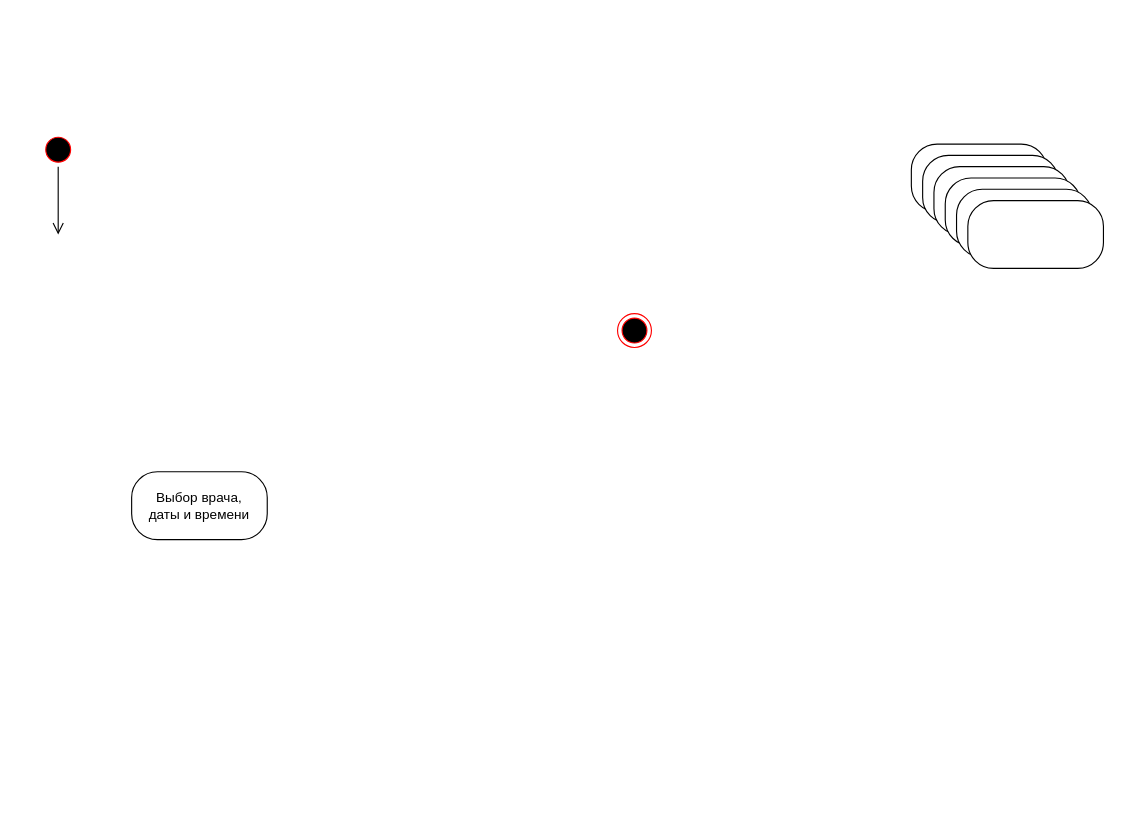
This is acms6_1.drawio from v-tempe/draw.io, a draw.io file, before an edit. Source tidied: cells renumbered, new cells numbered last; positions are measured from the earlier drawing's top-left corner, leaving out a move shared by most shapes. Both pictures are drawn from the tidied source at 113%, with x=0, y=0 at pixel (41, 132).
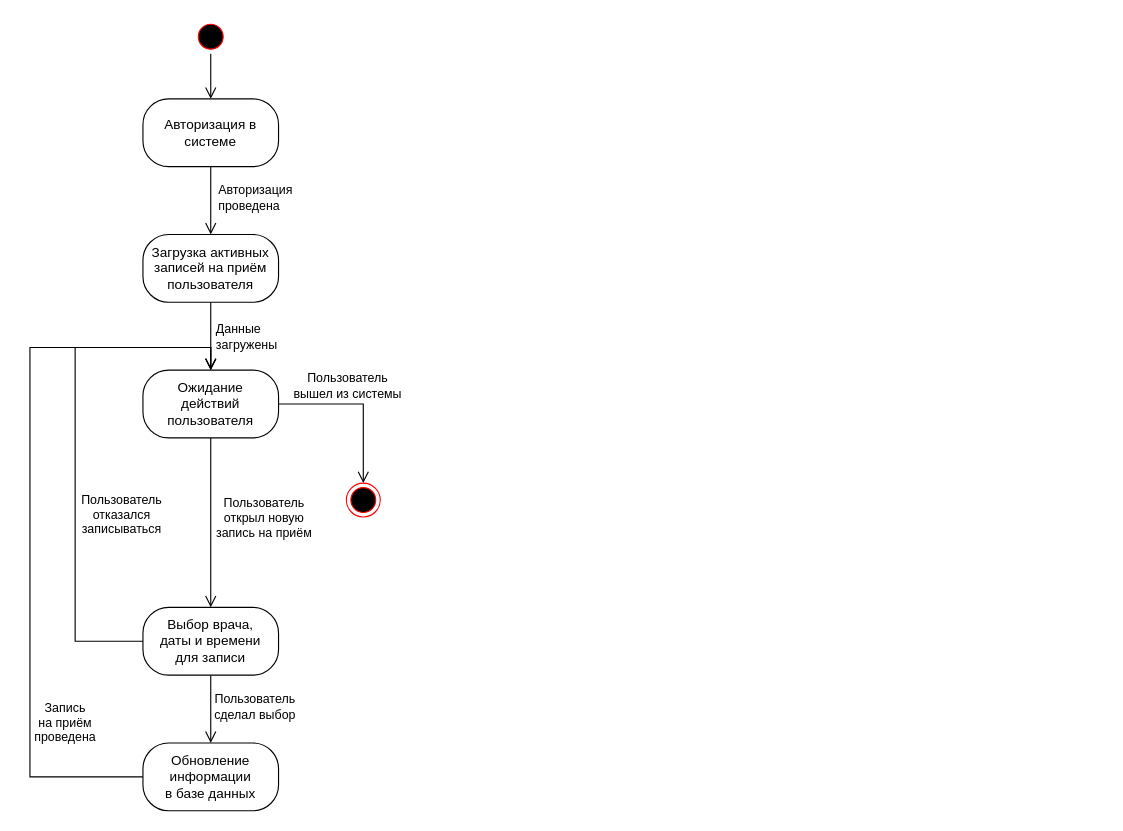
The same page after the edit.

What changed in the source:
```diff
@@
     <mxCell id="2" style="ellipse;html=1;shape=startState;fillColor=#000000;strokeColor=#ff0000;" parent="1" vertex="1">
-      <mxGeometry width="30" height="30" as="geometry" />
+      <mxGeometry x="135" y="-100" width="30" height="30" as="geometry" />
     </mxCell>
-    <mxCell id="3" style="edgeStyle=orthogonalEdgeStyle;html=1;verticalAlign=bottom;endArrow=open;endSize=8;strokeColor=#000000;rounded=0;" parent="1" edge="1" source="2">
-      <mxGeometry relative="1" as="geometry">
-        <mxPoint x="15" y="90" as="targetPoint" />
-      </mxGeometry>
+    <mxCell id="3" style="edgeStyle=orthogonalEdgeStyle;html=1;verticalAlign=bottom;endArrow=open;endSize=8;strokeColor=#000000;rounded=0;entryX=0.5;entryY=0;entryDx=0;entryDy=0;" parent="1" edge="1" source="2" target="7">
+      <mxGeometry relative="1" as="geometry" />
     </mxCell>
     <mxCell id="4" style="ellipse;html=1;shape=endState;fillColor=#000000;strokeColor=#ff0000;" parent="1" vertex="1">
-      <mxGeometry x="510" y="160" width="30" height="30" as="geometry" />
+      <mxGeometry x="270" y="310" width="30" height="30" as="geometry" />
     </mxCell>
-    <mxCell id="5" style="rounded=1;whiteSpace=wrap;html=1;arcSize=38;" parent="1" vertex="1">
-      <mxGeometry x="770" y="10" width="120" height="60" as="geometry" />
-    </mxCell>
+    <mxCell id="12" style="edgeStyle=orthogonalEdgeStyle;rounded=0;jettySize=auto;html=1;exitX=0.5;exitY=1;exitDx=0;exitDy=0;entryX=0.5;entryY=0;entryDx=0;entryDy=0;endArrow=open;endFill=0;endSize=8;" parent="1" edge="1" source="6" target="8">
+      <mxGeometry relative="1" as="geometry" />
+    </mxCell>
+    <mxCell id="13" value="Пользователь&lt;div&gt;открыл&amp;nbsp;&lt;span style=&quot;background-color: light-dark(#ffffff, var(--ge-dark-color, #121212)); color: light-dark(rgb(0, 0, 0), rgb(255, 255, 255));&quot;&gt;новую&lt;/span&gt;&lt;div&gt;запись на приём&lt;/div&gt;&lt;/div&gt;" style="edgeLabel;html=1;align=center;verticalAlign=middle;" parent="12" vertex="1">
+      <mxGeometry x="-0.07" y="-1" relative="1" as="geometry">
+        <mxPoint x="47" as="offset" />
+      </mxGeometry>
+    </mxCell>
-    <mxCell id="6" style="rounded=1;whiteSpace=wrap;html=1;arcSize=38;" parent="1" vertex="1">
-      <mxGeometry x="780" y="20" width="120" height="60" as="geometry" />
+    <mxCell id="6" value="Ожидание&lt;div&gt;действий пользователя&lt;/div&gt;" style="rounded=1;whiteSpace=wrap;html=1;arcSize=38;" parent="1" vertex="1">
+      <mxGeometry x="90" y="210" width="120" height="60" as="geometry" />
     </mxCell>
+    <mxCell id="14" style="edgeStyle=orthogonalEdgeStyle;rounded=0;jettySize=auto;html=1;exitX=0.5;exitY=1;exitDx=0;exitDy=0;entryX=0.5;entryY=0;entryDx=0;entryDy=0;endArrow=open;endFill=0;endSize=8;" parent="1" edge="1" source="7" target="11">
+      <mxGeometry relative="1" as="geometry" />
+    </mxCell>
+    <mxCell id="15" value="&lt;div style=&quot;&quot;&gt;&lt;span style=&quot;background-color: light-dark(#ffffff, var(--ge-dark-color, #121212)); color: light-dark(rgb(0, 0, 0), rgb(255, 255, 255));&quot;&gt;&amp;nbsp;Авторизация&lt;/span&gt;&lt;/div&gt;&lt;div&gt;&amp;nbsp;проведена&lt;/div&gt;" style="edgeLabel;html=1;align=left;verticalAlign=middle;" parent="14" vertex="1">
+      <mxGeometry x="-0.1" y="2" relative="1" as="geometry" />
+    </mxCell>
-    <mxCell id="7" style="rounded=1;whiteSpace=wrap;html=1;arcSize=38;" parent="1" vertex="1">
-      <mxGeometry x="790" y="30" width="120" height="60" as="geometry" />
+    <mxCell id="7" value="Авторизация в системе" style="rounded=1;whiteSpace=wrap;html=1;arcSize=38;" parent="1" vertex="1">
+      <mxGeometry x="90" y="-30" width="120" height="60" as="geometry" />
     </mxCell>
+    <mxCell id="16" style="edgeStyle=orthogonalEdgeStyle;rounded=0;jettySize=auto;html=1;exitX=0.5;exitY=1;exitDx=0;exitDy=0;entryX=0.5;entryY=0;entryDx=0;entryDy=0;endSize=8;endArrow=open;endFill=0;" parent="1" edge="1" source="8" target="9">
+      <mxGeometry relative="1" as="geometry" />
+    </mxCell>
+    <mxCell id="17" value="Пользователь&lt;div&gt;сделал выбор&lt;/div&gt;" style="edgeLabel;html=1;align=center;verticalAlign=middle;" parent="16" vertex="1">
+      <mxGeometry x="-0.25" y="4" relative="1" as="geometry">
+        <mxPoint x="34" y="4" as="offset" />
+      </mxGeometry>
+    </mxCell>
+    <mxCell id="18" style="edgeStyle=orthogonalEdgeStyle;rounded=0;jettySize=auto;html=1;exitX=0;exitY=0.5;exitDx=0;exitDy=0;entryX=0.5;entryY=0;entryDx=0;entryDy=0;endArrow=open;endFill=0;endSize=8;" parent="1" edge="1" source="8" target="6">
+      <mxGeometry relative="1" as="geometry">
+        <Array as="points">
+          <mxPoint x="30" y="450" />
+          <mxPoint x="30" y="190" />
+          <mxPoint x="150" y="190" />
+        </Array>
+      </mxGeometry>
+    </mxCell>
+    <mxCell id="19" value="Пользователь&lt;div&gt;&lt;div&gt;&lt;span style=&quot;background-color: light-dark(#ffffff, var(--ge-dark-color, #121212)); color: light-dark(rgb(0, 0, 0), rgb(255, 255, 255));&quot;&gt;отказался&lt;/span&gt;&lt;/div&gt;&lt;div&gt;&lt;span style=&quot;background-color: light-dark(#ffffff, var(--ge-dark-color, #121212)); color: light-dark(rgb(0, 0, 0), rgb(255, 255, 255));&quot;&gt;записываться&lt;/span&gt;&lt;/div&gt;&lt;/div&gt;" style="edgeLabel;html=1;align=center;verticalAlign=middle;" parent="18" vertex="1">
+      <mxGeometry x="-0.28" y="-4" relative="1" as="geometry">
+        <mxPoint x="36" y="-7" as="offset" />
+      </mxGeometry>
+    </mxCell>
-    <mxCell id="8" value="Выбор врача,&lt;div&gt;даты и времени&lt;/div&gt;" style="rounded=1;whiteSpace=wrap;html=1;arcSize=38;" parent="1" vertex="1">
-      <mxGeometry x="80" y="300" width="120" height="60" as="geometry" />
+    <mxCell id="8" value="Выбор врача,&lt;div&gt;даты и времени&lt;/div&gt;&lt;div&gt;для записи&lt;/div&gt;" style="rounded=1;whiteSpace=wrap;html=1;arcSize=38;" parent="1" vertex="1">
+      <mxGeometry x="90" y="420" width="120" height="60" as="geometry" />
     </mxCell>
+    <mxCell id="20" style="edgeStyle=orthogonalEdgeStyle;rounded=0;jettySize=auto;html=1;exitX=1;exitY=0.5;exitDx=0;exitDy=0;endSize=8;endArrow=open;endFill=0;" parent="1" edge="1" source="6" target="4">
+      <mxGeometry relative="1" as="geometry" />
+    </mxCell>
+    <mxCell id="21" value="Пользователь&lt;div&gt;вышел из системы&lt;/div&gt;" style="edgeLabel;html=1;align=center;verticalAlign=middle;" parent="20" vertex="1">
+      <mxGeometry x="-0.25" y="2" relative="1" as="geometry">
+        <mxPoint x="6" y="-15" as="offset" />
+      </mxGeometry>
+    </mxCell>
+    <mxCell id="22" style="edgeStyle=orthogonalEdgeStyle;rounded=0;jettySize=auto;html=1;exitX=0;exitY=0.5;exitDx=0;exitDy=0;entryX=0.5;entryY=0;entryDx=0;entryDy=0;endArrow=open;endFill=0;endSize=8;" parent="1" edge="1" source="9" target="6">
+      <mxGeometry relative="1" as="geometry">
+        <Array as="points">
+          <mxPoint x="-10" y="570" />
+          <mxPoint x="-10" y="190" />
+          <mxPoint x="150" y="190" />
+        </Array>
+      </mxGeometry>
+    </mxCell>
+    <mxCell id="23" value="Запись&lt;div&gt;на приём&lt;div&gt;проведена&lt;/div&gt;&lt;/div&gt;" style="edgeLabel;html=1;align=center;verticalAlign=middle;" parent="22" vertex="1">
+      <mxGeometry x="-0.56" relative="1" as="geometry">
+        <mxPoint x="30" y="-4" as="offset" />
+      </mxGeometry>
+    </mxCell>
-    <mxCell id="9" style="rounded=1;whiteSpace=wrap;html=1;arcSize=38;" parent="1" vertex="1">
-      <mxGeometry x="800" y="40" width="120" height="60" as="geometry" />
+    <mxCell id="9" value="Обновление информации&lt;div&gt;в базе данных&lt;/div&gt;" style="rounded=1;whiteSpace=wrap;html=1;arcSize=38;" parent="1" vertex="1">
+      <mxGeometry x="90" y="540" width="120" height="60" as="geometry" />
     </mxCell>
-    <mxCell id="10" style="rounded=1;whiteSpace=wrap;html=1;arcSize=38;" parent="1" vertex="1">
-      <mxGeometry x="810" y="50" width="120" height="60" as="geometry" />
-    </mxCell>
+    <mxCell id="24" style="edgeStyle=orthogonalEdgeStyle;rounded=0;jettySize=auto;html=1;exitX=0.5;exitY=1;exitDx=0;exitDy=0;entryX=0.5;entryY=0;entryDx=0;entryDy=0;endSize=8;endArrow=open;endFill=0;" parent="1" edge="1" source="11" target="6">
+      <mxGeometry relative="1" as="geometry" />
+    </mxCell>
+    <mxCell id="25" value="Данные&lt;div&gt;загружены&lt;/div&gt;" style="edgeLabel;html=1;align=left;verticalAlign=middle;" parent="24" vertex="1">
+      <mxGeometry x="-0.21" y="2" relative="1" as="geometry">
+        <mxPoint x="1" y="6" as="offset" />
+      </mxGeometry>
+    </mxCell>
-    <mxCell id="11" style="rounded=1;whiteSpace=wrap;html=1;arcSize=38;" parent="1" vertex="1">
-      <mxGeometry x="820" y="60" width="120" height="60" as="geometry" />
+    <mxCell id="11" value="Загрузка активных записей на приём пользователя" style="rounded=1;whiteSpace=wrap;html=1;arcSize=38;" parent="1" vertex="1">
+      <mxGeometry x="90" y="90" width="120" height="60" as="geometry" />
     </mxCell>
```
